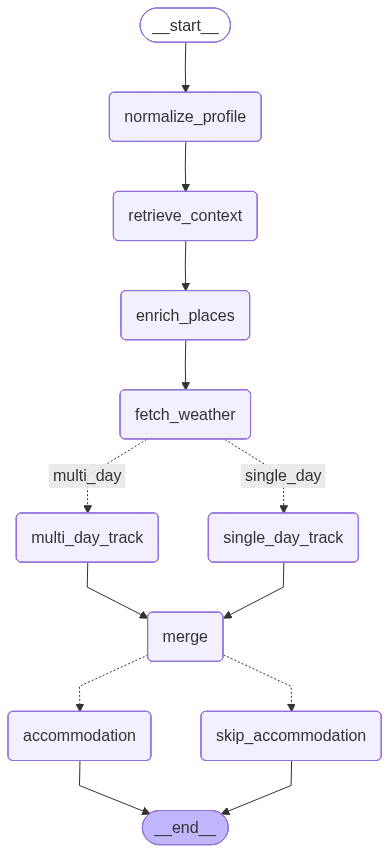
Above: docs/graphs/planner_workflow.png in kenan-memis/tc-capstone (Mermaid), before the change. Its source is kept beside it as docs/graphs/planner_workflow.mmd.
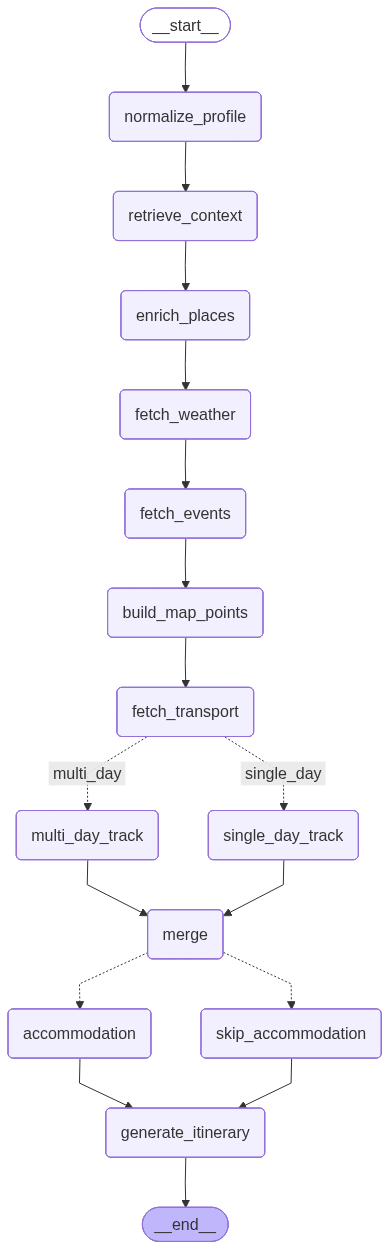
The same diagram one commit later.

Commit message:
regenerating the graph

The edit, as a diff of the source:
```diff
@@ -9,24 +9,32 @@
 	retrieve_context(retrieve_context)
 	enrich_places(enrich_places)
 	fetch_weather(fetch_weather)
+	fetch_events(fetch_events)
+	build_map_points(build_map_points)
+	fetch_transport(fetch_transport)
 	multi_day_track(multi_day_track)
 	single_day_track(single_day_track)
 	merge(merge)
 	accommodation(accommodation)
 	skip_accommodation(skip_accommodation)
+	generate_itinerary(generate_itinerary)
 	__end__([<p>__end__</p>]):::last
 	__start__ --> normalize_profile;
+	accommodation --> generate_itinerary;
+	build_map_points --> fetch_transport;
 	enrich_places --> fetch_weather;
-	fetch_weather -. &nbsp;multi_day&nbsp; .-> multi_day_track;
-	fetch_weather -. &nbsp;single_day&nbsp; .-> single_day_track;
+	fetch_events --> build_map_points;
+	fetch_transport -. &nbsp;multi_day&nbsp; .-> multi_day_track;
+	fetch_transport -. &nbsp;single_day&nbsp; .-> single_day_track;
+	fetch_weather --> fetch_events;
 	merge -.-> accommodation;
 	merge -.-> skip_accommodation;
 	multi_day_track --> merge;
 	normalize_profile --> retrieve_context;
 	retrieve_context --> enrich_places;
 	single_day_track --> merge;
-	accommodation --> __end__;
-	skip_accommodation --> __end__;
+	skip_accommodation --> generate_itinerary;
+	generate_itinerary --> __end__;
 	classDef default fill:#f2f0ff,line-height:1.2
 	classDef first fill-opacity:0
 	classDef last fill:#bfb6fc
```
